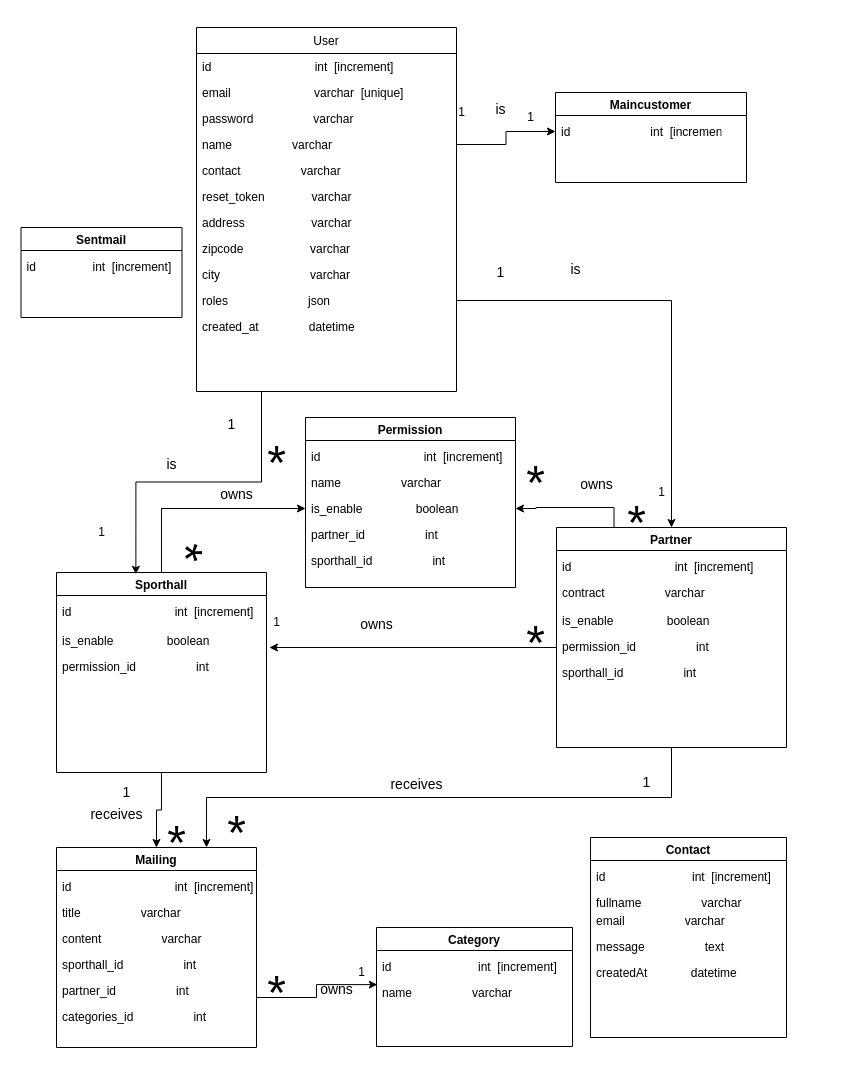
cyrisa02/diagrammes-UML keeps this draw.io diagram as PlanetBody/classes.drawio. Above is the earlier version. Source tidied: cells renumbered, new cells numbered last; positions are measured from the earlier drawing's top-left corner, leaving out a move shared by most shapes. Both pictures are drawn from the tidied source at 100%, with x=0, y=0 at pixel (20, 27).
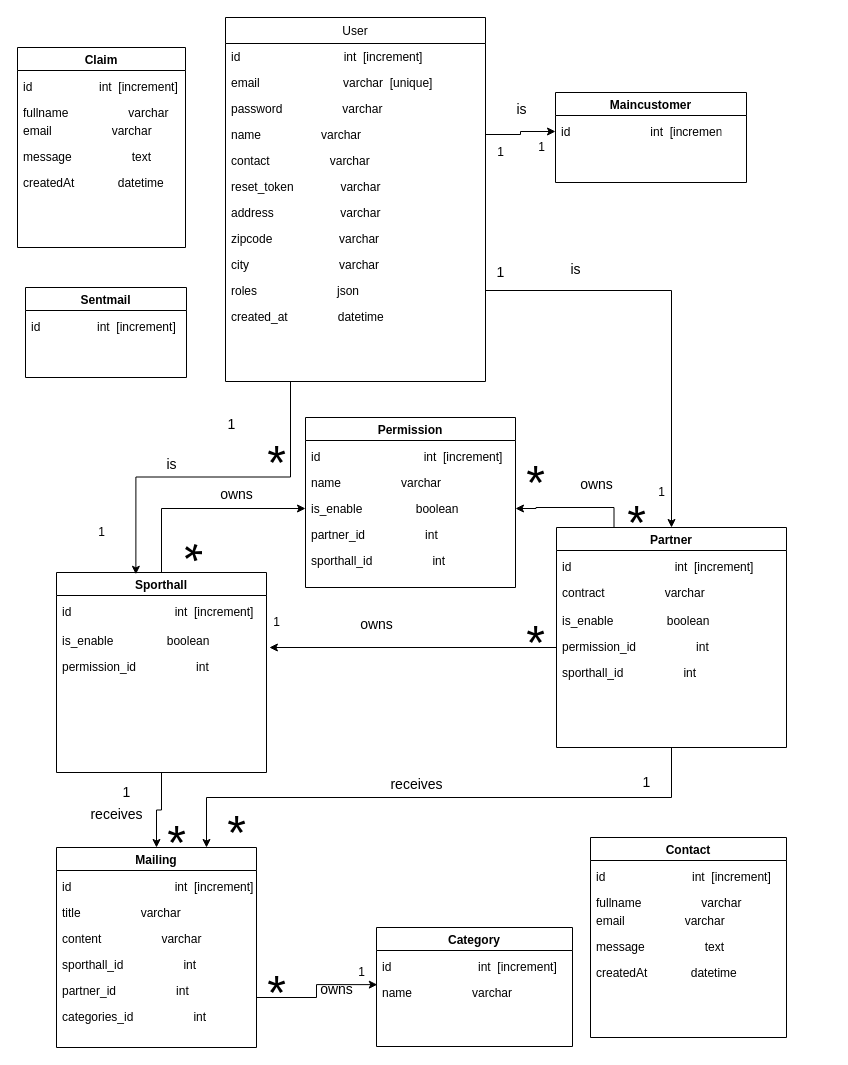
The same page after the edit.

Commit message:
Mettre à jour classes.drawio

Change to the diagram source:
```diff
@@
     <mxCell id="2" value="User" style="swimlane;fontStyle=0;align=center;verticalAlign=top;horizontal=1;startSize=26;rounded=0;shadow=0;strokeWidth=1;" parent="1" vertex="1">
-      <mxGeometry x="176" width="260" height="364" as="geometry" />
+      <mxGeometry x="205" y="-10" width="260" height="364" as="geometry" />
     </mxCell>
@@
     <mxCell id="48" value="1" style="text;html=1;align=center;verticalAlign=middle;fillColor=none;strokeColor=none;rounded=0;" parent="1" vertex="1">
-      <mxGeometry x="426" y="70" width="30" height="30" as="geometry" />
+      <mxGeometry x="465" y="110" width="30" height="30" as="geometry" />
     </mxCell>
@@
     <mxCell id="59" value="1" style="text;html=1;align=center;verticalAlign=middle;fillColor=none;strokeColor=none;rounded=0;" parent="1" vertex="1">
-      <mxGeometry x="495" y="75" width="30" height="30" as="geometry" />
+      <mxGeometry x="506" y="105" width="30" height="30" as="geometry" />
     </mxCell>
@@
     <mxCell id="63" value="&lt;font style=&quot;font-size: 14px;&quot;&gt;is&lt;/font&gt;" style="text;html=1;align=center;verticalAlign=middle;fillColor=none;strokeColor=none;rounded=0;fontSize=48;" parent="1" vertex="1">
-      <mxGeometry x="465" y="35" width="30" height="70" as="geometry" />
+      <mxGeometry x="486" y="35" width="30" height="70" as="geometry" />
     </mxCell>
@@
     <mxCell id="84" value="Sentmail" style="swimlane;" parent="1" vertex="1">
-      <mxGeometry x="0.5" y="200" width="161" height="90" as="geometry" />
+      <mxGeometry x="5" y="260" width="161" height="90" as="geometry" />
     </mxCell>
@@
+    <mxCell id="86" value="Claim" style="swimlane;" parent="1" vertex="1">
+      <mxGeometry x="-3" y="20" width="168" height="200" as="geometry" />
+    </mxCell>
+    <mxCell id="87" value="id                    int  [increment]" style="text;align=left;verticalAlign=top;spacingLeft=4;spacingRight=4;overflow=hidden;" parent="86" vertex="1">
+      <mxGeometry y="26" width="240" height="26" as="geometry" />
+    </mxCell>
+    <mxCell id="88" value="fullname                  varchar" style="text;align=left;verticalAlign=top;spacingLeft=4;spacingRight=4;overflow=hidden;" parent="86" vertex="1">
+      <mxGeometry y="52" width="190" height="26" as="geometry" />
+    </mxCell>
+    <mxCell id="89" value="email                  varchar" style="text;align=left;verticalAlign=top;spacingLeft=4;spacingRight=4;overflow=hidden;" parent="86" vertex="1">
+      <mxGeometry y="70" width="190" height="26" as="geometry" />
+    </mxCell>
+    <mxCell id="90" value="message                  text" style="text;align=left;verticalAlign=top;spacingLeft=4;spacingRight=4;overflow=hidden;" parent="86" vertex="1">
+      <mxGeometry y="96" width="190" height="26" as="geometry" />
+    </mxCell>
+    <mxCell id="91" value="createdAt             datetime" style="text;align=left;verticalAlign=top;spacingLeft=4;spacingRight=4;overflow=hidden;" parent="86" vertex="1">
+      <mxGeometry y="122" width="190" height="26" as="geometry" />
+    </mxCell>
```
